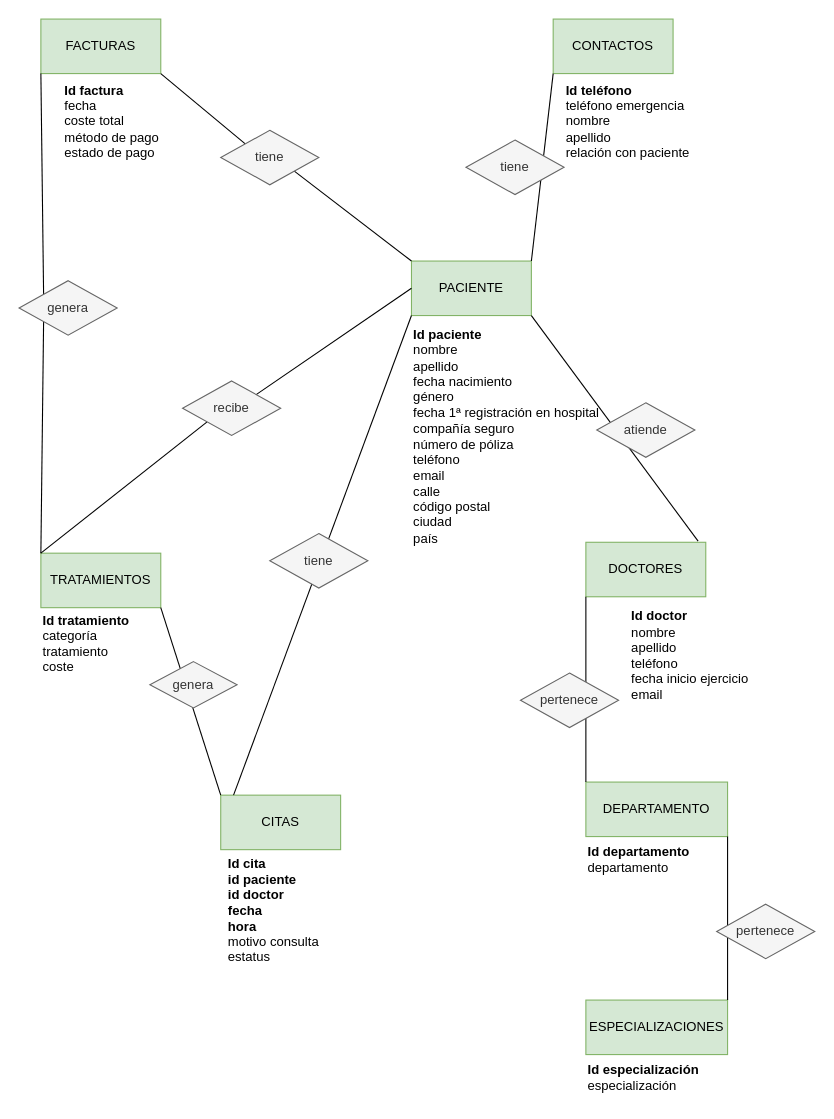
Earlier version of the draw.io diagram Proyecto/Hospital management.drawio (mocihu-source/CIFO-laVioleta-SQL-BBDD). Source tidied: cells renumbered, new cells numbered last; positions are measured from the earlier drawing's top-left corner, leaving out a move shared by most shapes. Both pictures are drawn from the tidied source at 109%, with x=0, y=0 at pixel (19, 19).
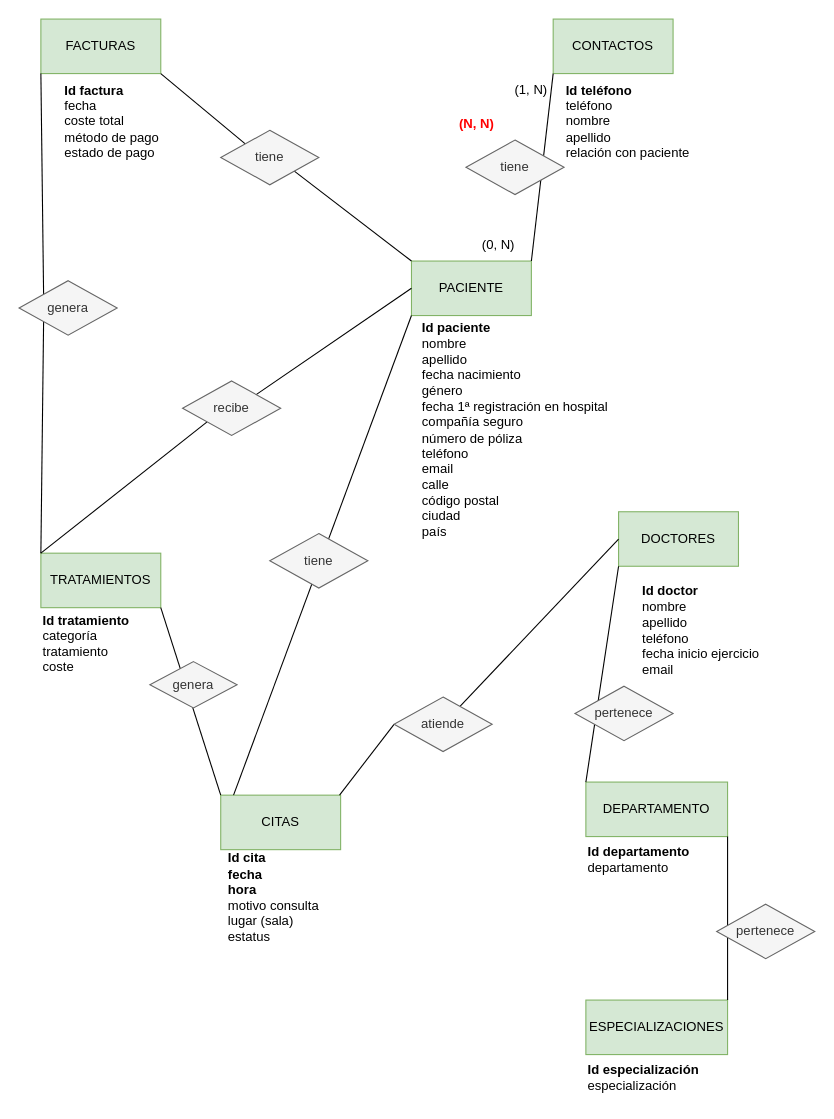
Above is the later version.

Commit message:
diagrama definitivo

Unchanged cells that the change refers to:
```xml
<mxCell id="2" value="PACIENTE" style="rounded=0;whiteSpace=wrap;html=1;fillColor=#d5e8d4;strokeColor=#82b366;" parent="1" vertex="1">
  <mxGeometry x="360" y="222" width="110" height="50" as="geometry" />
</mxCell>
```

Change to the diagram source:
```diff
@@
     <mxCell id="6" value="DOCTORES" style="rounded=0;whiteSpace=wrap;html=1;fillColor=#d5e8d4;strokeColor=#82b366;" parent="1" vertex="1">
-      <mxGeometry x="520" y="480" width="110" height="50" as="geometry" />
+      <mxGeometry x="550" y="452" width="110" height="50" as="geometry" />
     </mxCell>
@@
-    <mxCell id="10" style="endArrow=none;html=1;rounded=0;defaultLabelBackgroundColor=page;entryX=1;entryY=1;entryDx=0;entryDy=0;exitX=0.936;exitY=-0.02;exitDx=0;exitDy=0;exitPerimeter=0;" parent="1" edge="1" source="6" target="2">
-      <mxGeometry relative="1" as="geometry" />
-    </mxCell>
@@
-    <mxCell id="16" value="&lt;b&gt;Id teléfono&lt;/b&gt;&lt;div&gt;teléfono emergencia&lt;/div&gt;&lt;div&gt;nombre&lt;/div&gt;&lt;div&gt;apellido&lt;/div&gt;&lt;div&gt;relación con paciente&lt;/div&gt;" style="text;html=1;whiteSpace=wrap;strokeColor=none;fillColor=none;align=left;verticalAlign=middle;rounded=0;" parent="1" vertex="1">
+    <mxCell id="16" value="&lt;b&gt;Id teléfono&lt;/b&gt;&lt;div&gt;teléfono&amp;nbsp;&lt;/div&gt;&lt;div&gt;nombre&lt;/div&gt;&lt;div&gt;apellido&lt;/div&gt;&lt;div&gt;relación con paciente&lt;/div&gt;" style="text;html=1;whiteSpace=wrap;strokeColor=none;fillColor=none;align=left;verticalAlign=middle;rounded=0;" parent="1" vertex="1">
       <mxGeometry x="500" y="56.2" width="160" height="75" as="geometry" />
     </mxCell>
@@
     <mxCell id="18" value="&lt;b&gt;Id paciente&amp;nbsp;&lt;/b&gt;&lt;div&gt;nombre&amp;nbsp;&lt;/div&gt;&lt;div&gt;apellido&lt;/div&gt;&lt;div&gt;fecha nacimiento&lt;/div&gt;&lt;div&gt;género&lt;/div&gt;&lt;div&gt;fecha 1ª registración en hospital&lt;/div&gt;&lt;div&gt;compañía seguro&lt;/div&gt;&lt;div&gt;número de póliza&lt;/div&gt;&lt;div&gt;teléfono&lt;/div&gt;&lt;div&gt;email&lt;/div&gt;&lt;div&gt;calle&lt;/div&gt;&lt;div&gt;código postal&lt;/div&gt;&lt;div&gt;ciudad&amp;nbsp;&lt;/div&gt;&lt;div&gt;país&lt;/div&gt;" style="text;html=1;whiteSpace=wrap;strokeColor=none;fillColor=none;align=left;verticalAlign=middle;rounded=0;" parent="1" vertex="1">
-      <mxGeometry x="360" y="285" width="175" height="195" as="geometry" />
+      <mxGeometry x="367.5" y="279" width="175" height="195" as="geometry" />
     </mxCell>
     <mxCell id="19" value="&lt;b&gt;Id doctor&lt;/b&gt;&lt;div&gt;nombre&amp;nbsp;&lt;/div&gt;&lt;div&gt;apellido&lt;/div&gt;&lt;div&gt;teléfono&lt;/div&gt;&lt;div&gt;fecha inicio ejercicio&lt;/div&gt;&lt;div&gt;email&lt;/div&gt;" style="text;html=1;whiteSpace=wrap;strokeColor=none;fillColor=none;align=left;verticalAlign=middle;rounded=0;" parent="1" vertex="1">
-      <mxGeometry x="560" y="540" width="140" height="87.5" as="geometry" />
+      <mxGeometry x="570" y="517.5" width="140" height="87.5" as="geometry" />
     </mxCell>
-    <mxCell id="20" value="&lt;p class=&quot;MsoNormal&quot;&gt;&lt;br&gt;&lt;/p&gt;" style="text;html=1;whiteSpace=wrap;strokeColor=none;fillColor=none;align=center;verticalAlign=middle;rounded=0;" parent="1" vertex="1">
-      <mxGeometry x="180" y="20" width="305" height="30" as="geometry" />
-    </mxCell>
@@
-    <mxCell id="31" value="&lt;div&gt;&lt;b&gt;Id cita&lt;/b&gt;&lt;/div&gt;&lt;div&gt;&lt;b&gt;id paciente&lt;/b&gt;&lt;/div&gt;&lt;div&gt;&lt;b&gt;id doctor&lt;/b&gt;&lt;/div&gt;&lt;div&gt;&lt;b&gt;fecha&amp;nbsp;&lt;/b&gt;&lt;/div&gt;&lt;div&gt;&lt;b&gt;hora&lt;/b&gt;&lt;/div&gt;&lt;div&gt;motivo consulta&amp;nbsp;&lt;/div&gt;&lt;div&gt;estatus&lt;/div&gt;" style="text;html=1;whiteSpace=wrap;strokeColor=none;fillColor=none;align=left;verticalAlign=middle;rounded=0;" parent="1" vertex="1">
-      <mxGeometry x="190" y="774.5" width="100" height="87.5" as="geometry" />
+    <mxCell id="31" value="&lt;div&gt;&lt;b&gt;Id cita&lt;/b&gt;&lt;/div&gt;&lt;div&gt;&lt;b&gt;fecha&amp;nbsp;&lt;/b&gt;&lt;/div&gt;&lt;div&gt;&lt;b&gt;hora&lt;/b&gt;&lt;/div&gt;&lt;div&gt;motivo consulta&lt;/div&gt;&lt;div&gt;lugar (sala)&amp;nbsp;&lt;/div&gt;&lt;div&gt;estatus&lt;/div&gt;" style="text;html=1;whiteSpace=wrap;strokeColor=none;fillColor=none;align=left;verticalAlign=middle;rounded=0;" parent="1" vertex="1">
+      <mxGeometry x="190" y="762" width="100" height="87.5" as="geometry" />
     </mxCell>
     <mxCell id="32" value="pertenece" style="rhombus;whiteSpace=wrap;html=1;shapeInside=1;fillColor=#f5f5f5;strokeColor=#666666;fontColor=#333333;" parent="1" vertex="1">
-      <mxGeometry x="460" y="600" width="90" height="50" as="geometry" />
+      <mxGeometry x="510" y="612" width="90" height="50" as="geometry" />
     </mxCell>
@@
-    <mxCell id="38" value="atiende" style="rhombus;whiteSpace=wrap;html=1;shapeInside=1;fillColor=#f5f5f5;strokeColor=#666666;fontColor=#333333;" parent="1" vertex="1">
-      <mxGeometry x="530" y="352" width="90" height="50" as="geometry" />
-    </mxCell>
@@
+    <mxCell id="41" style="endArrow=none;html=1;rounded=0;defaultLabelBackgroundColor=page;entryX=0;entryY=0.5;entryDx=0;entryDy=0;" parent="1" edge="1" source="38" target="6">
+      <mxGeometry relative="1" as="geometry" />
+    </mxCell>
+    <mxCell id="42" style="endArrow=none;html=1;rounded=0;defaultLabelBackgroundColor=page;entryX=0;entryY=0.5;entryDx=0;entryDy=0;" parent="1" edge="1" target="38">
+      <mxGeometry relative="1" as="geometry">
+        <mxPoint x="294" y="712" as="sourcePoint" />
+      </mxGeometry>
+    </mxCell>
+    <mxCell id="38" value="atiende" style="rhombus;whiteSpace=wrap;html=1;shapeInside=1;fillColor=#f5f5f5;strokeColor=#666666;fontColor=#333333;" parent="1" vertex="1">
+      <mxGeometry x="344" y="622" width="90" height="50" as="geometry" />
+    </mxCell>
+    <mxCell id="43" value="(0, N)" style="text;html=1;whiteSpace=wrap;strokeColor=none;fillColor=none;align=center;verticalAlign=middle;rounded=0;" parent="1" vertex="1">
+      <mxGeometry x="410" y="192" width="60" height="30" as="geometry" />
+    </mxCell>
+    <mxCell id="44" value="(1, N)" style="text;html=1;whiteSpace=wrap;strokeColor=none;fillColor=none;align=center;verticalAlign=middle;rounded=0;" parent="1" vertex="1">
+      <mxGeometry x="440" y="50" width="60" height="30" as="geometry" />
+    </mxCell>
+    <mxCell id="45" value="&lt;b&gt;(N, N)&lt;/b&gt;" style="text;html=1;whiteSpace=wrap;strokeColor=none;fillColor=none;align=center;verticalAlign=middle;rounded=0;fontColor=#FF0000;" parent="1" vertex="1">
+      <mxGeometry x="390" y="81" width="60" height="30" as="geometry" />
+    </mxCell>
```
